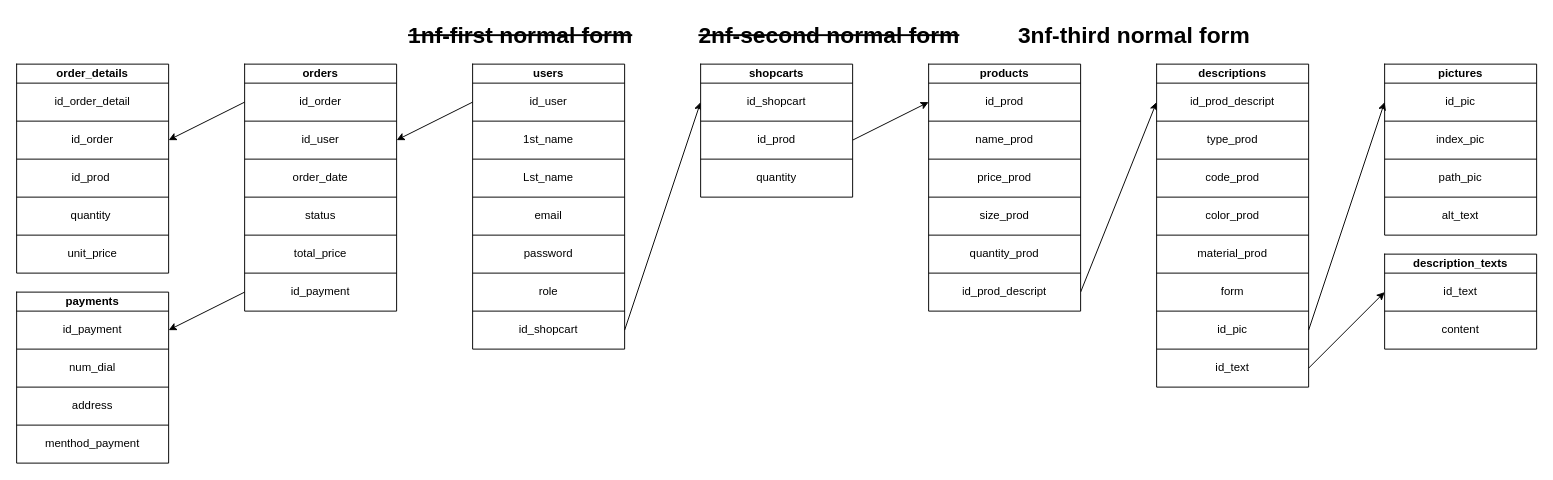
ledat2412/WEB_2 keeps this draw.io diagram as git.drawio. Above is the earlier version. Source tidied: cells renumbered, new cells numbered last; positions are measured from the earlier drawing's top-left corner, leaving out a move shared by most shapes. Both pictures are drawn from the tidied source at 95%, with x=0, y=0 at pixel (16, 16).
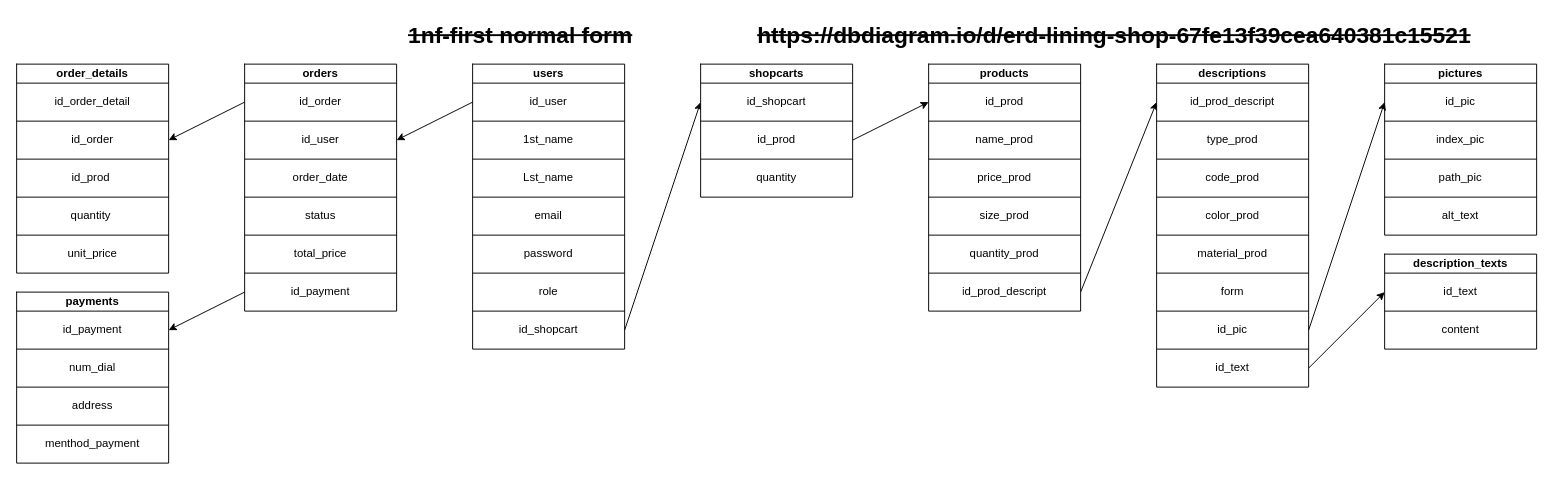
After the change.

What changed in the source:
```diff
@@
-    <mxCell id="56" value="&lt;strike&gt;2nf-second normal form&lt;/strike&gt;" style="text;strokeColor=none;fillColor=none;html=1;fontSize=24;fontStyle=1;verticalAlign=middle;align=center;" parent="1" vertex="1">
-      <mxGeometry x="710" width="290" height="40" as="geometry" />
+    <mxCell id="56" value="&lt;strike&gt;https://dbdiagram.io/d/erd-lining-shop-67fe13f39cea640381c15521&lt;/strike&gt;" style="text;strokeColor=none;fillColor=none;html=1;fontSize=24;fontStyle=1;verticalAlign=middle;align=center;" parent="1" vertex="1">
+      <mxGeometry x="755" width="800" height="40" as="geometry" />
     </mxCell>
@@
-    <mxCell id="129" value="3nf-third normal form" style="text;strokeColor=none;fillColor=none;html=1;fontSize=24;fontStyle=1;verticalAlign=middle;align=center;" parent="1" vertex="1">
-      <mxGeometry x="1031" width="290" height="40" as="geometry" />
-    </mxCell>
```
